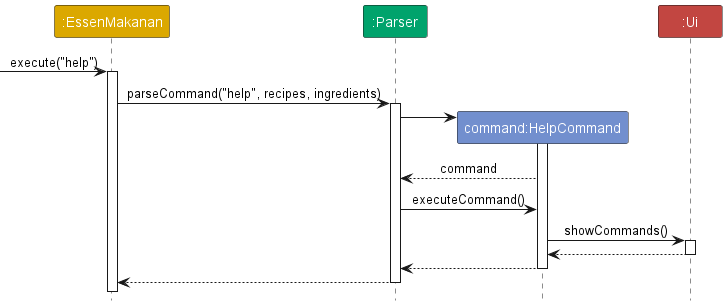
This is docs/images/HelpFunctionSequenceDiagram.png from nus-cs2113-AY2324S1/tp, a PlantUML export, as it was before one commit.
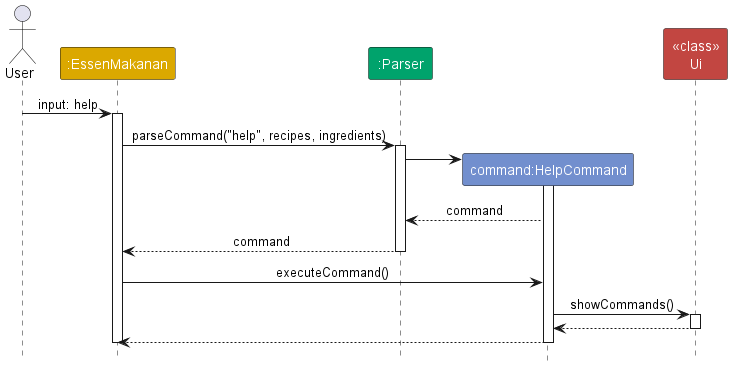
The same diagram one commit later.

Commit message:
Improve sequence diagram

The edit, as a diff of the source:
```diff
@@ -2,13 +2,14 @@
 !include style.puml
 skinparam ArrowFontStyle plain
 
+actor User
 
 participant ":EssenMakanan" as EssenMakanan MAIN_COLOR
 participant ":Parser" as Parser PARSER_COLOR
 participant "command:HelpCommand" as HelpCommand COMMAND_COLOR
-participant ":Ui" as Ui UI_COLOR
+participant "<<class>>\nUi" as Ui INTERFACE_COLOR
 
-[-> EssenMakanan : execute("help")
+User-> EssenMakanan : input: help
 activate EssenMakanan
 
 EssenMakanan -> Parser : parseCommand("help", recipes, ingredients)
@@ -18,9 +19,13 @@
 Parser -> HelpCommand
 activate HelpCommand
 
+
 HelpCommand --> Parser : command
 
-Parser -> HelpCommand : executeCommand()
+Parser --> EssenMakanan: command
+deactivate Parser
+
+EssenMakanan -> HelpCommand : executeCommand()
 
 HelpCommand -> Ui : showCommands()
 activate Ui
@@ -28,10 +33,9 @@
 Ui --> HelpCommand
 deactivate Ui
 
-HelpCommand --> Parser
+HelpCommand --> EssenMakanan
 deactivate HelpCommand
 
-Parser --> EssenMakanan
-deactivate Parser
+deactivate EssenMakanan
 
 @enduml
```
